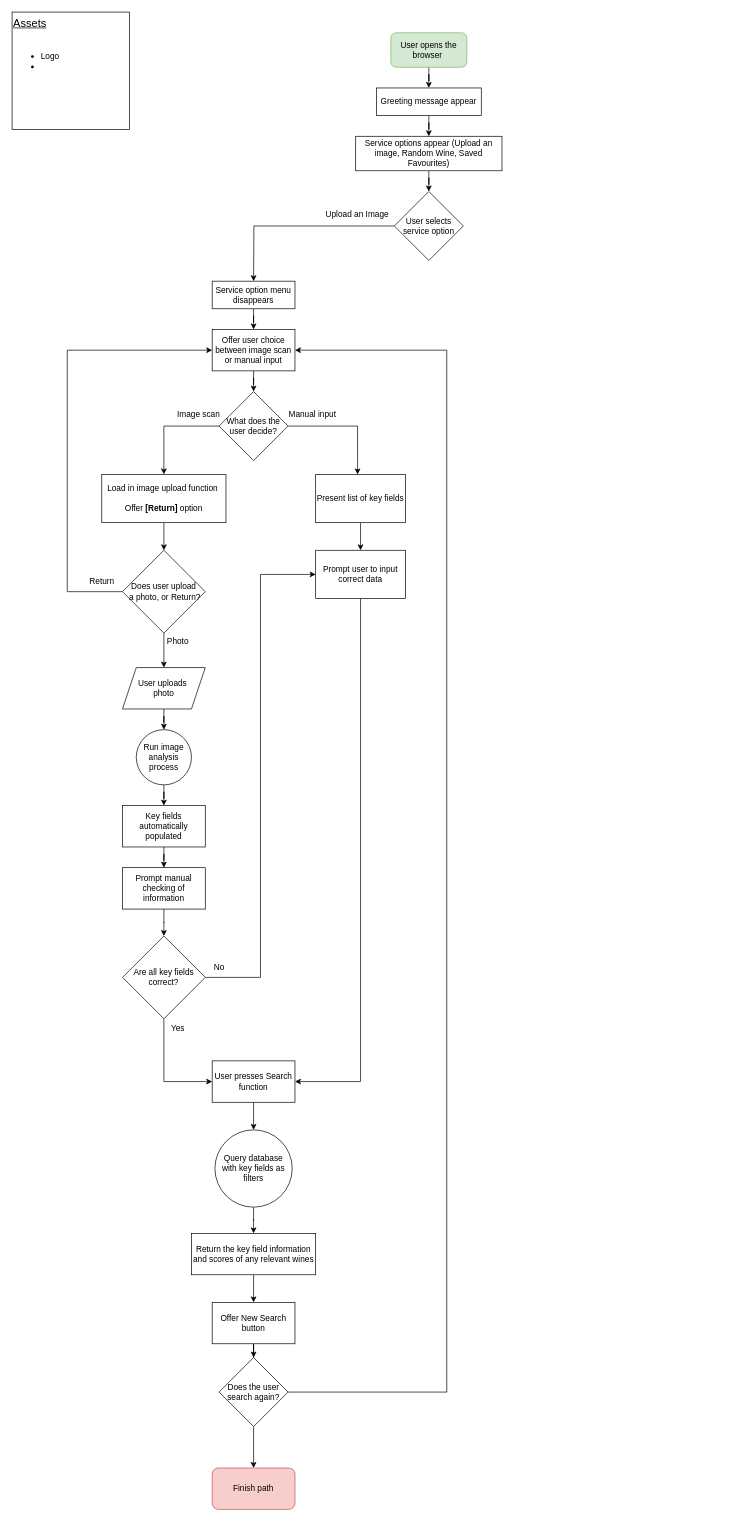
samannetts8/Pour_Decisions keeps this draw.io diagram as page "Full MVP" (1 of 2) of planning_docs/mvp_diagrams.drawio. Above is the earlier version. Source tidied: cells renumbered, new cells numbered last; positions are measured from the earlier drawing's top-left corner, leaving out a move shared by most shapes. Both pictures are drawn from the tidied source at 69%, with x=0, y=0 at pixel (12, 12).
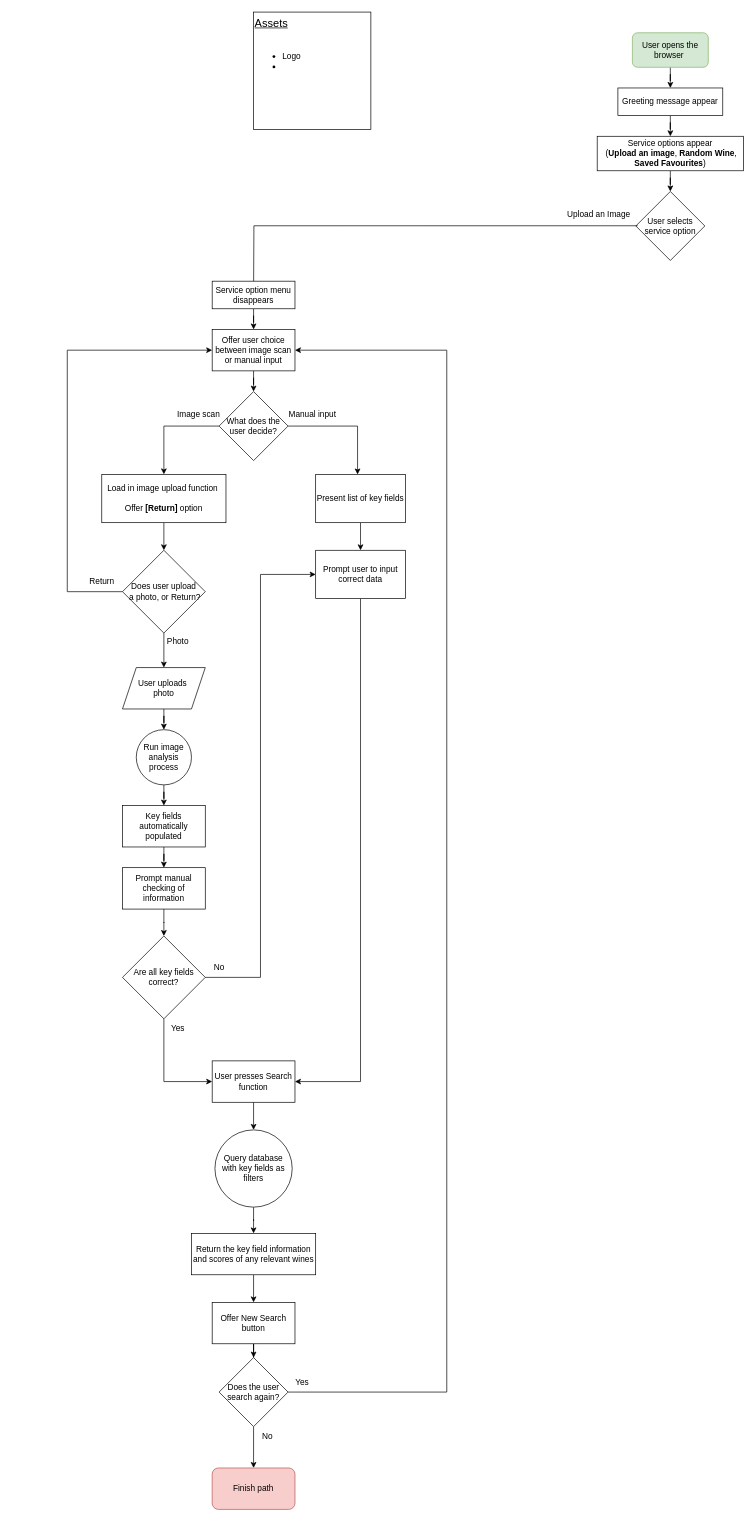
Above is the later version.

Commit message (it also covers changes not shown here):
minor tweaks to Upload an Image logic path in draw.io file

Change to the diagram source:
```diff
@@
     <mxCell id="3" value="User opens the browser&amp;nbsp;" style="rounded=1;whiteSpace=wrap;html=1;fillColor=#d5e8d4;strokeColor=#82b366;" parent="1" vertex="1">
-      <mxGeometry x="549" y="30" width="110" height="50" as="geometry" />
+      <mxGeometry x="899" y="30" width="110" height="50" as="geometry" />
     </mxCell>
-    <mxCell id="4" style="edgeStyle=orthogonalEdgeStyle;rounded=0;jettySize=auto;html=1;" parent="1" edge="1" source="5">
-      <mxGeometry relative="1" as="geometry">
-        <mxPoint x="350" y="390" as="targetPoint" />
-      </mxGeometry>
-    </mxCell>
     <mxCell id="5" value="User selects service option" style="rhombus;whiteSpace=wrap;html=1;" parent="1" vertex="1">
-      <mxGeometry x="554" y="260" width="100" height="100" as="geometry" />
+      <mxGeometry x="904" y="260" width="100" height="100" as="geometry" />
     </mxCell>
+    <mxCell id="57" style="edgeStyle=orthogonalEdgeStyle;rounded=0;jettySize=auto;html=1;entryX=0.5;entryY=0;entryDx=0;entryDy=0;exitX=1.015;exitY=1.056;exitDx=0;exitDy=0;exitPerimeter=0;" parent="1" edge="1" source="6">
+      <mxGeometry relative="1" as="geometry">
+        <mxPoint x="350" y="405" as="targetPoint" />
+      </mxGeometry>
+    </mxCell>
     <mxCell id="6" value="Upload an Image" style="text;html=1;align=center;verticalAlign=middle;points=[];strokeColor=none;fillColor=none;" parent="1" vertex="1">
-      <mxGeometry x="445" y="278" width="110" height="30" as="geometry" />
+      <mxGeometry x="795" y="278" width="110" height="30" as="geometry" />
     </mxCell>
@@
     <mxCell id="8" value="Greeting message appear" style="rounded=0;whiteSpace=wrap;html=1;" parent="1" vertex="1">
-      <mxGeometry x="528" y="110" width="152" height="40" as="geometry" />
+      <mxGeometry x="878" y="110" width="152" height="40" as="geometry" />
     </mxCell>
@@
-    <mxCell id="10" value="Service options appear (Upload an image, Random Wine, Saved Favourites)" style="rounded=0;whiteSpace=wrap;html=1;" parent="1" vertex="1">
-      <mxGeometry x="498" y="180" width="212" height="50" as="geometry" />
+    <mxCell id="10" value="Service options appear&lt;div&gt;&amp;nbsp;(&lt;b&gt;Upload an image&lt;/b&gt;, &lt;b&gt;Random Wine&lt;/b&gt;, &lt;b&gt;Saved Favourites&lt;/b&gt;)&lt;/div&gt;" style="rounded=0;whiteSpace=wrap;html=1;" parent="1" vertex="1">
+      <mxGeometry x="848" y="180" width="212" height="50" as="geometry" />
     </mxCell>
@@
     <mxCell id="15" value="&lt;div style=&quot;font-size: 16px;&quot;&gt;&lt;u style=&quot;background-color: initial;&quot;&gt;&lt;font style=&quot;font-size: 16px;&quot;&gt;Assets&lt;/font&gt;&lt;/u&gt;&lt;/div&gt;&lt;div style=&quot;font-size: 16px;&quot;&gt;&lt;u style=&quot;background-color: initial;&quot;&gt;&lt;br&gt;&lt;/u&gt;&lt;/div&gt;&lt;div style=&quot;&quot;&gt;&lt;ul&gt;&lt;li&gt;Logo&lt;/li&gt;&lt;li&gt;&lt;br&gt;&lt;/li&gt;&lt;/ul&gt;&lt;/div&gt;" style="whiteSpace=wrap;html=1;align=left;verticalAlign=top;" parent="1" vertex="1">
-      <mxGeometry width="170" height="170" as="geometry" />
+      <mxGeometry x="350" width="170" height="170" as="geometry" />
     </mxCell>
@@
+    <mxCell id="58" value="Yes" style="text;html=1;align=center;verticalAlign=middle;strokeColor=none;fillColor=none;" parent="1" vertex="1">
+      <mxGeometry x="400" y="1971" width="40" height="30" as="geometry" />
+    </mxCell>
+    <mxCell id="59" value="No" style="text;html=1;align=center;verticalAlign=middle;strokeColor=none;fillColor=none;" parent="1" vertex="1">
+      <mxGeometry x="350" y="2050" width="40" height="30" as="geometry" />
+    </mxCell>
```
